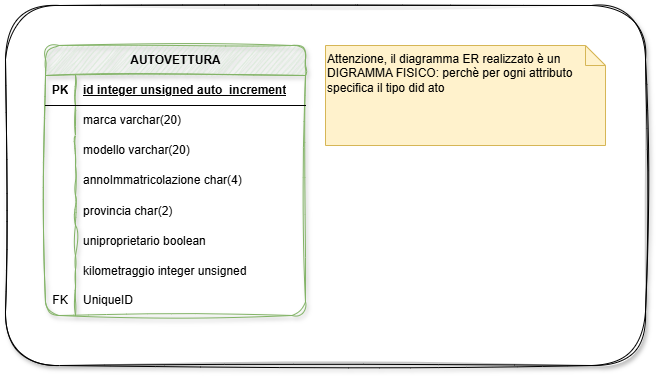
Above: AS_2026_2027/5I Informatica/UD 2 - Diagrams e MySQL/er1.drawio.png in CescoP81/GalileiOstiglia (draw.io), before the change. Source tidied: cells renumbered, new cells last; positions are measured from the earlier drawing's top-left corner, leaving out a move shared by most shapes.
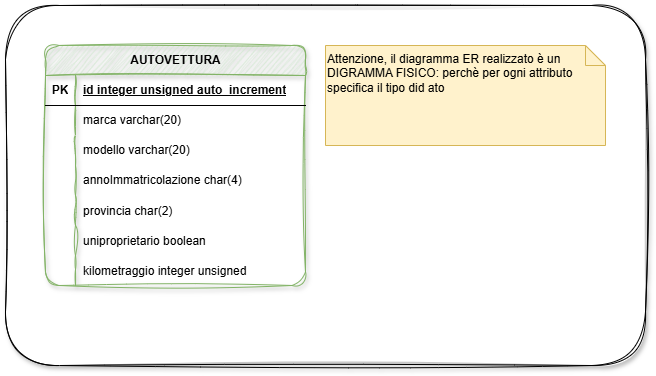
After the commit.

What changed in the source:
```diff
@@ -6,7 +6,7 @@
       <mxGeometry width="640" height="360" as="geometry" />
     </mxCell>
     <mxCell id="3" value="AUTOVETTURA" style="shape=table;startSize=30;rowLines=0;fontStyle=1;align=center;html=1;fillColor=#d5e8d4;strokeColor=#82b366;rounded=1;roundedPerimeter=1;shadow=1;sketch=1;curveFitting=1;jiggle=2;swimlaneLine=1;" parent="1" vertex="1">
-      <mxGeometry x="40" y="40" width="260" height="270" as="geometry" />
+      <mxGeometry x="40" y="40" width="260" height="240" as="geometry" />
     </mxCell>
     <mxCell id="4" style="shape=tableRow;horizontal=0;startSize=0;swimlaneHead=0;swimlaneBody=0;fillColor=none;top=0;left=0;right=0;bottom=1;" parent="3" vertex="1">
       <mxGeometry y="30" width="260" height="30" as="geometry" />
@@ -71,15 +71,6 @@
     <mxCell id="24" value="kilometraggio integer unsigned" style="shape=partialRectangle;fillColor=none;top=0;left=0;bottom=0;right=0;align=left;spacingLeft=6;overflow=hidden;" parent="22" vertex="1">
       <mxGeometry x="30" width="230" height="30" as="geometry" />
     </mxCell>
-    <mxCell id="25" style="shape=tableRow;horizontal=0;startSize=0;swimlaneHead=0;swimlaneBody=0;fillColor=none;top=0;left=0;right=0;bottom=0;" parent="3" vertex="1">
-      <mxGeometry y="240" width="260" height="30" as="geometry" />
-    </mxCell>
-    <mxCell id="26" value="FK" style="shape=partialRectangle;fillColor=none;top=0;left=0;bottom=0;right=0;fontStyle=0;overflow=hidden;whiteSpace=wrap;html=1;" parent="25" vertex="1">
-      <mxGeometry width="30" height="30" as="geometry" />
-    </mxCell>
-    <mxCell id="27" value="UniqueID" style="shape=partialRectangle;fillColor=none;top=0;left=0;bottom=0;right=0;align=left;spacingLeft=6;fontStyle=0;overflow=hidden;whiteSpace=wrap;html=1;" parent="25" vertex="1">
-      <mxGeometry x="30" width="230" height="30" as="geometry" />
-    </mxCell>
     <mxCell id="28" value="Attenzione, il diagramma ER realizzato è un DIGRAMMA FISICO: perchè per ogni attributo specifica il tipo did ato" style="shape=note;size=20;whiteSpace=wrap;html=1;fillColor=#fff2cc;strokeColor=#d6b656;align=left;verticalAlign=top;" parent="1" vertex="1">
       <mxGeometry x="320" y="40" width="280" height="100" as="geometry" />
     </mxCell>
```
